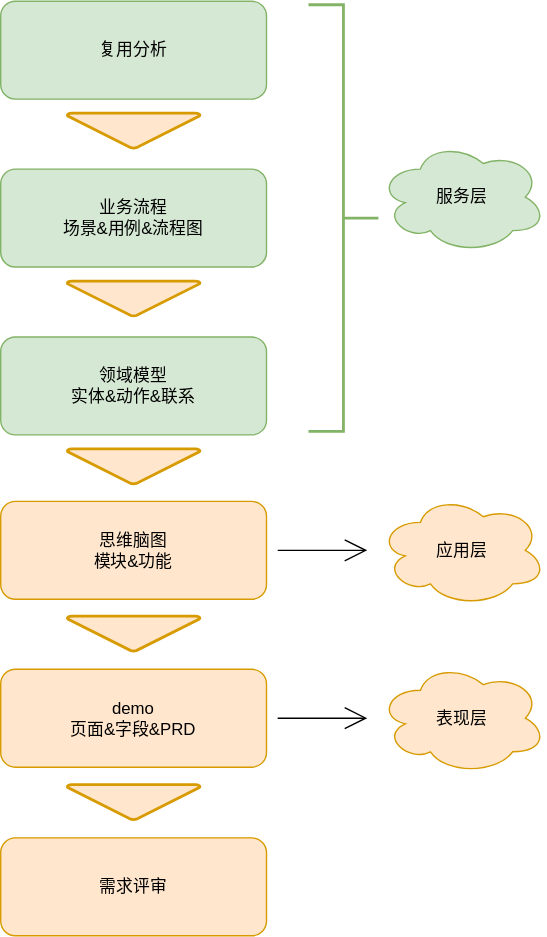
Earlier version of the draw.io export ddm.drawio.svg (fsdmp/diagrams). Source tidied: cells renumbered, new cells last; positions are measured from the earlier drawing's top-left corner, leaving out a move shared by most shapes.
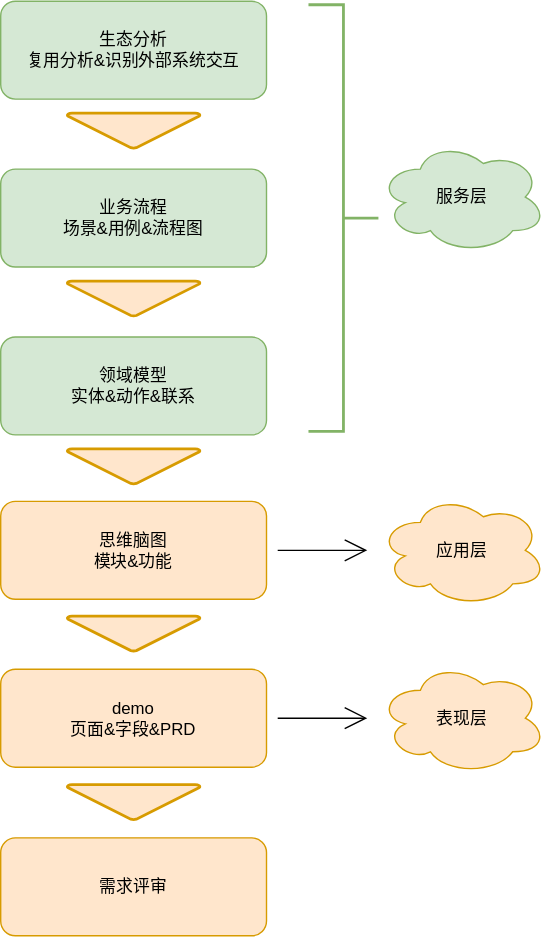
The same file after the commit.

Diff of the diagram source:
```diff
@@ -38,7 +38,7 @@
     <mxCell id="13" value="应用层" style="ellipse;shape=cloud;whiteSpace=wrap;html=1;hachureGap=4;fillColor=#ffe6cc;strokeColor=#d79b00;" parent="1" vertex="1">
       <mxGeometry x="270" y="352.5" width="120" height="80" as="geometry" />
     </mxCell>
-    <mxCell id="14" value="复用分析&lt;br&gt;" style="rounded=1;whiteSpace=wrap;html=1;hachureGap=4;fillColor=#d5e8d4;strokeColor=#82b366;" parent="1" vertex="1">
+    <mxCell id="14" value="生态分析&lt;br&gt;复用分析&amp;amp;识别外部系统交互&lt;br&gt;" style="rounded=1;whiteSpace=wrap;html=1;hachureGap=4;fillColor=#d5e8d4;strokeColor=#82b366;" parent="1" vertex="1">
       <mxGeometry width="190" height="70" as="geometry" />
     </mxCell>
     <mxCell id="15" style="strokeWidth=2;html=1;shape=mxgraph.flowchart.merge_or_storage;whiteSpace=wrap;hachureGap=4;fillColor=#ffe6cc;strokeColor=#d79b00;" parent="1" vertex="1">
```
